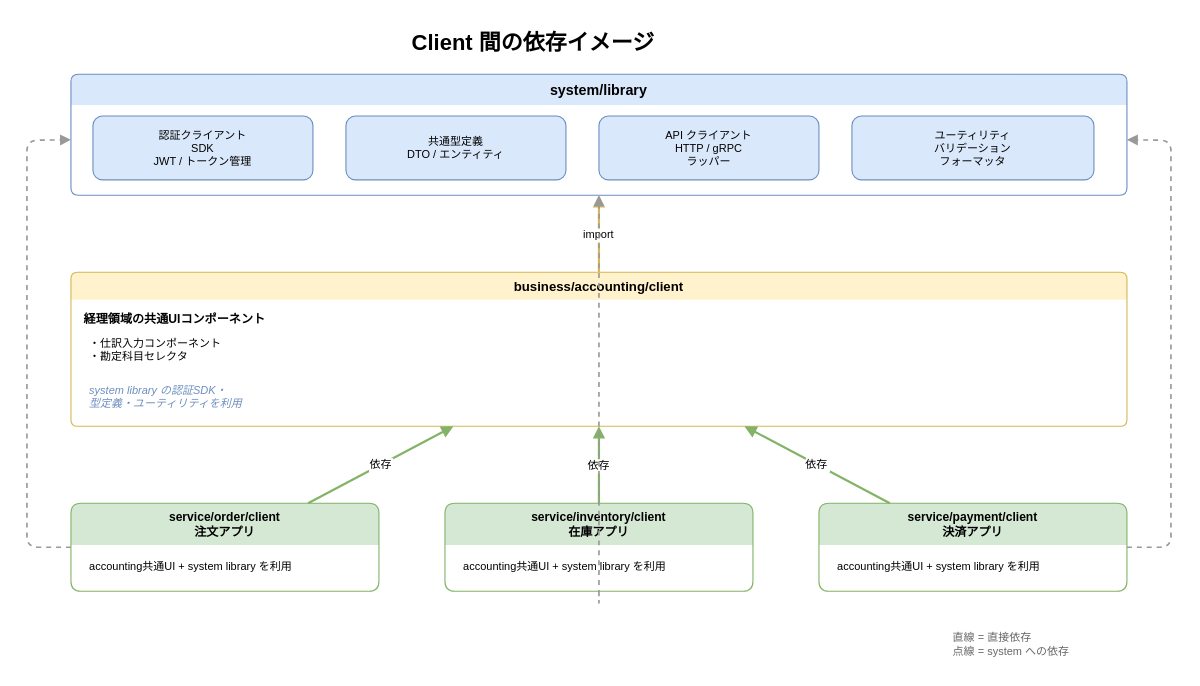
This is docs/diagrams/client-dependency.drawio from RyuheiKiso/k1s0, a draw.io file, before an edit. Source tidied: cells renumbered, new cells numbered last; positions are measured from the earlier drawing's top-left corner, leaving out a move shared by most shapes. Both pictures are drawn from the tidied source at 110%, with x=0, y=0 at pixel (26, 19).
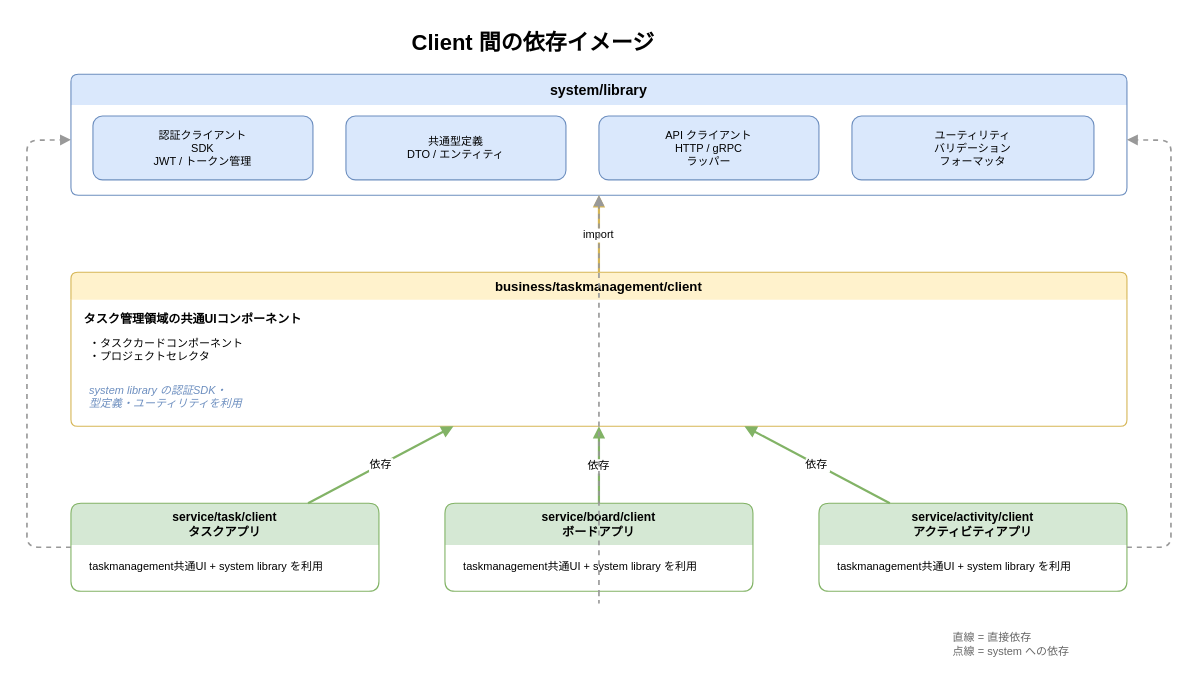
After the change.

Change to the diagram source:
```diff
@@
-    <mxCell id="8" value="business/accounting/client" style="swimlane;startSize=25;fillColor=#fff2cc;strokeColor=#d6b656;rounded=1;arcSize=8;fontStyle=1;fontSize=12;swimlaneLine=0;" parent="1" vertex="1">
+    <mxCell id="8" value="business/taskmanagement/client" style="swimlane;startSize=25;fillColor=#fff2cc;strokeColor=#d6b656;rounded=1;arcSize=8;fontStyle=1;fontSize=12;swimlaneLine=0;" parent="1" vertex="1">
       <mxGeometry x="40" y="230" width="960" height="140" as="geometry" />
     </mxCell>
-    <mxCell id="9" value="経理領域の共通UIコンポーネント" style="text;fontSize=11;fontStyle=1;" parent="8" vertex="1">
+    <mxCell id="9" value="タスク管理領域の共通UIコンポーネント" style="text;fontSize=11;fontStyle=1;" parent="8" vertex="1">
       <mxGeometry x="10" y="30" width="260" height="22" as="geometry" />
     </mxCell>
-    <mxCell id="10" value="・仕訳入力コンポーネント&#10;・勘定科目セレクタ" style="text;fontSize=10;align=left;" parent="8" vertex="1">
+    <mxCell id="10" value="・タスクカードコンポーネント&#10;・プロジェクトセレクタ" style="text;fontSize=10;align=left;" parent="8" vertex="1">
       <mxGeometry x="15" y="52" width="250" height="35" as="geometry" />
     </mxCell>
@@
-    <mxCell id="12" value="service/order/client&#10;注文アプリ" style="swimlane;startSize=38;fillColor=#d5e8d4;strokeColor=#82b366;rounded=1;arcSize=8;fontStyle=1;fontSize=11;swimlaneLine=0;" parent="1" vertex="1">
+    <mxCell id="12" value="service/task/client&#10;タスクアプリ" style="swimlane;startSize=38;fillColor=#d5e8d4;strokeColor=#82b366;rounded=1;arcSize=8;fontStyle=1;fontSize=11;swimlaneLine=0;" parent="1" vertex="1">
       <mxGeometry x="40" y="440" width="280" height="80" as="geometry" />
     </mxCell>
-    <mxCell id="13" value="accounting共通UI + system library を利用" style="text;fontSize=10;align=left;" parent="12" vertex="1">
+    <mxCell id="13" value="taskmanagement共通UI + system library を利用" style="text;fontSize=10;align=left;" parent="12" vertex="1">
       <mxGeometry x="15" y="45" width="250" height="25" as="geometry" />
     </mxCell>
-    <mxCell id="14" value="service/inventory/client&#10;在庫アプリ" style="swimlane;startSize=38;fillColor=#d5e8d4;strokeColor=#82b366;rounded=1;arcSize=8;fontStyle=1;fontSize=11;swimlaneLine=0;" parent="1" vertex="1">
+    <mxCell id="14" value="service/board/client&#10;ボードアプリ" style="swimlane;startSize=38;fillColor=#d5e8d4;strokeColor=#82b366;rounded=1;arcSize=8;fontStyle=1;fontSize=11;swimlaneLine=0;" parent="1" vertex="1">
       <mxGeometry x="380" y="440" width="280" height="80" as="geometry" />
     </mxCell>
-    <mxCell id="15" value="accounting共通UI + system library を利用" style="text;fontSize=10;align=left;" parent="14" vertex="1">
+    <mxCell id="15" value="taskmanagement共通UI + system library を利用" style="text;fontSize=10;align=left;" parent="14" vertex="1">
       <mxGeometry x="15" y="45" width="250" height="25" as="geometry" />
     </mxCell>
-    <mxCell id="16" value="service/payment/client&#10;決済アプリ" style="swimlane;startSize=38;fillColor=#d5e8d4;strokeColor=#82b366;rounded=1;arcSize=8;fontStyle=1;fontSize=11;swimlaneLine=0;" parent="1" vertex="1">
+    <mxCell id="16" value="service/activity/client&#10;アクティビティアプリ" style="swimlane;startSize=38;fillColor=#d5e8d4;strokeColor=#82b366;rounded=1;arcSize=8;fontStyle=1;fontSize=11;swimlaneLine=0;" parent="1" vertex="1">
       <mxGeometry x="720" y="440" width="280" height="80" as="geometry" />
     </mxCell>
-    <mxCell id="17" value="accounting共通UI + system library を利用" style="text;fontSize=10;align=left;" parent="16" vertex="1">
+    <mxCell id="17" value="taskmanagement共通UI + system library を利用" style="text;fontSize=10;align=left;" parent="16" vertex="1">
       <mxGeometry x="15" y="45" width="250" height="25" as="geometry" />
     </mxCell>
```
